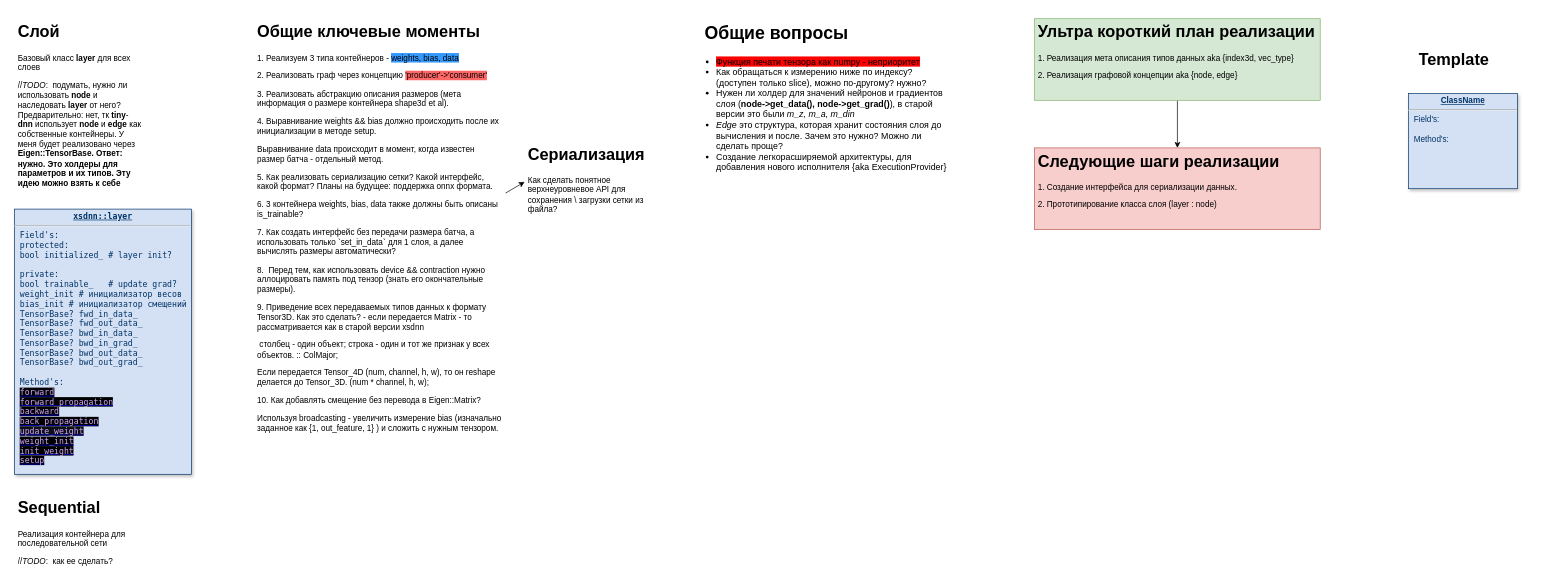
This is page "xsdnn::main" (1 of 10) of logic.drawio from xsdnn/xsdnn, a draw.io file, before an edit. Source tidied: cells renumbered, new cells numbered last; positions are measured from the earlier drawing's top-left corner, leaving out a move shared by most shapes. Both pictures are drawn from the tidied source at 68%, with x=0, y=0 at pixel (14, 18).
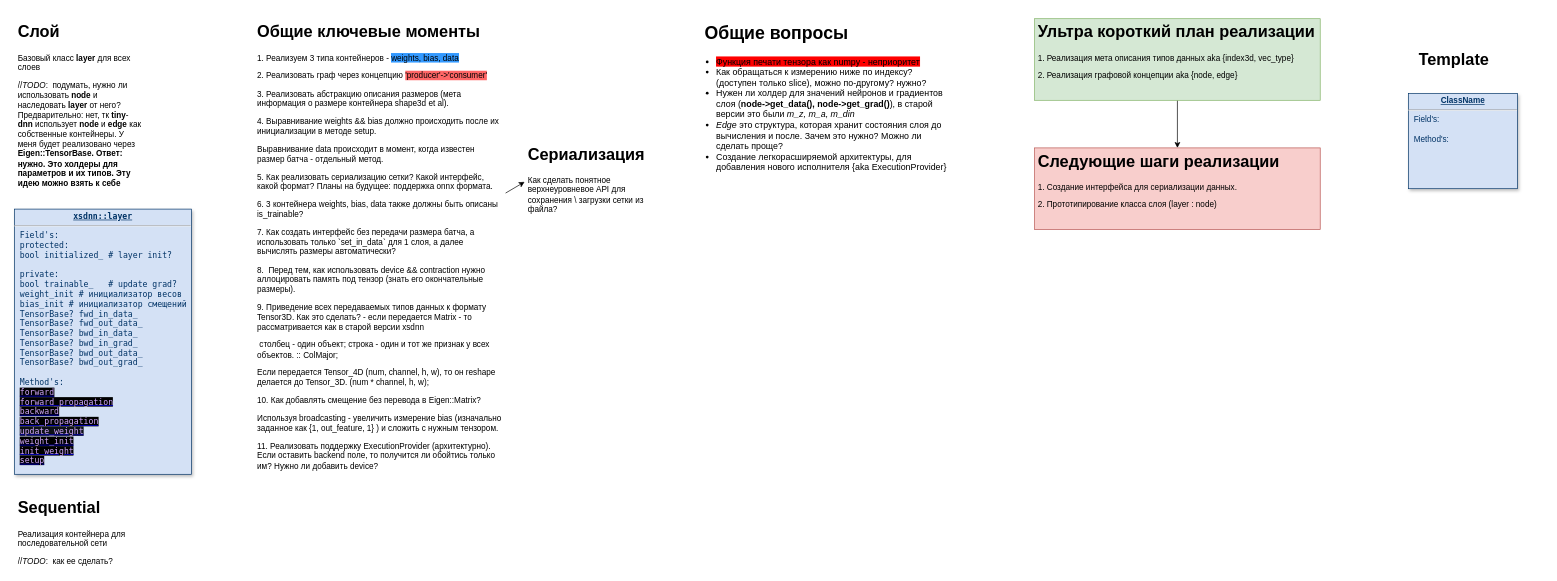
Above is the later version.

The edit, as a diff of the source:
```diff
@@
 <mxGraphModel>
   <root>
     <mxCell id="0" />
     <mxCell id="1" parent="0" />
     <mxCell id="2" value="&lt;p style=&quot;margin: 0px; margin-top: 4px; text-align: center; text-decoration: underline;&quot;&gt;&lt;strong&gt;ClassName&lt;/strong&gt;&lt;/p&gt;&lt;hr&gt;&lt;p style=&quot;margin: 0px; margin-left: 8px;&quot;&gt;Field's:&lt;/p&gt;&lt;p style=&quot;margin: 0px; margin-left: 8px;&quot;&gt;&lt;br&gt;&lt;/p&gt;&lt;p style=&quot;margin: 0px; margin-left: 8px;&quot;&gt;Method's:&lt;/p&gt;" style="verticalAlign=top;align=left;overflow=fill;fontSize=12;fontFamily=Helvetica;html=1;strokeColor=#003366;shadow=1;fillColor=#D4E1F5;fontColor=#003366;" parent="1" vertex="1">
       <mxGeometry x="2050" y="110" width="160" height="140" as="geometry" />
     </mxCell>
     <mxCell id="3" value="&lt;h1&gt;Слой&lt;/h1&gt;&lt;p&gt;Базовый класс &lt;b&gt;layer &lt;/b&gt;для всех слоев&lt;/p&gt;&lt;p&gt;&lt;span style=&quot;text-align: center;&quot;&gt;//&lt;i&gt;TODO&lt;/i&gt;:&amp;nbsp; подумать, нужно ли использовать &lt;b&gt;node&lt;/b&gt; и наследовать &lt;b&gt;layer&lt;/b&gt; от него? Предварительно: нет, тк &lt;b&gt;tiny&lt;/b&gt;-&lt;b&gt;dnn&lt;/b&gt; использует &lt;b&gt;node&lt;/b&gt; и &lt;b&gt;edge&lt;/b&gt; как собственные контейнеры. У меня будет реализовано через &lt;b&gt;Eigen::TensorBase. Ответ: нужно. Это холдеры для параметров и их типов. Эту идею можно взять к себе&lt;/b&gt;&lt;/span&gt;&lt;br&gt;&lt;/p&gt;&lt;p&gt;&lt;br&gt;&lt;/p&gt;" style="text;html=1;strokeColor=none;fillColor=none;spacing=5;spacingTop=-20;whiteSpace=wrap;overflow=hidden;rounded=0;" parent="1" vertex="1">
       <mxGeometry width="190" height="250" as="geometry" />
     </mxCell>
     <mxCell id="4" value="&lt;h1&gt;Template&lt;/h1&gt;" style="text;html=1;strokeColor=none;fillColor=none;spacing=5;spacingTop=-20;whiteSpace=wrap;overflow=hidden;rounded=0;" parent="1" vertex="1">
       <mxGeometry x="2060" y="40" width="190" height="50" as="geometry" />
     </mxCell>
     <mxCell id="5" value="&lt;p style=&quot;margin: 0px; margin-top: 4px; text-align: center; text-decoration: underline;&quot;&gt;&lt;b&gt;xsdnn::layer&lt;/b&gt;&lt;/p&gt;&lt;hr&gt;&lt;p style=&quot;margin: 0px; margin-left: 8px;&quot;&gt;Field's:&lt;/p&gt;&lt;p style=&quot;margin: 0px; margin-left: 8px;&quot;&gt;protected:&lt;/p&gt;&lt;p style=&quot;margin: 0px; margin-left: 8px;&quot;&gt;bool initialized_ # layer init?&lt;/p&gt;&lt;p style=&quot;margin: 0px; margin-left: 8px;&quot;&gt;&lt;br&gt;&lt;/p&gt;&lt;p style=&quot;margin: 0px; margin-left: 8px;&quot;&gt;private:&lt;/p&gt;&lt;p style=&quot;margin: 0px 0px 0px 8px;&quot;&gt;bool trainable_&amp;nbsp; &amp;nbsp;# update grad?&lt;/p&gt;&lt;p style=&quot;margin: 0px 0px 0px 8px;&quot;&gt;weight_init # инициализатор весов&lt;/p&gt;&lt;p style=&quot;margin: 0px 0px 0px 8px;&quot;&gt;bias_init # инициализатор смещений&lt;/p&gt;&lt;p style=&quot;margin: 0px; margin-left: 8px;&quot;&gt;TensorBase? fwd_in_data_&lt;/p&gt;&lt;p style=&quot;margin: 0px; margin-left: 8px;&quot;&gt;TensorBase? fwd_out_data_&lt;br&gt;&lt;/p&gt;&lt;p style=&quot;margin: 0px; margin-left: 8px;&quot;&gt;TensorBase? bwd_in_data_&lt;br&gt;&lt;/p&gt;&lt;p style=&quot;margin: 0px; margin-left: 8px;&quot;&gt;TensorBase? bwd_in_grad_&lt;br&gt;&lt;/p&gt;&lt;p style=&quot;margin: 0px; margin-left: 8px;&quot;&gt;TensorBase? bwd_out_data_&lt;br&gt;&lt;/p&gt;&lt;p style=&quot;margin: 0px; margin-left: 8px;&quot;&gt;TensorBase? bwd_out_grad_&lt;br&gt;&lt;/p&gt;&lt;p style=&quot;margin: 0px; margin-left: 8px;&quot;&gt;&lt;br&gt;&lt;/p&gt;&lt;p style=&quot;margin: 0px; margin-left: 8px;&quot;&gt;Method's:&lt;/p&gt;&lt;p style=&quot;margin: 0px; margin-left: 8px;&quot;&gt;&lt;a href=&quot;data:page/id,acLyr5f8MV2qwVlqdKkI&quot;&gt;&lt;font face=&quot;ui-monospace, SFMono-Regular, SF Mono, Menlo, Consolas, Liberation Mono, monospace&quot; color=&quot;#d2a8ff&quot; style=&quot;background-color: rgb(0, 0, 0);&quot;&gt;forward&lt;/font&gt;&lt;/a&gt;&lt;/p&gt;&lt;p style=&quot;margin: 0px; margin-left: 8px;&quot;&gt;&lt;a href=&quot;data:page/id,P51iXEZZl-BP7aw9WZGj&quot;&gt;&lt;font face=&quot;ui-monospace, SFMono-Regular, SF Mono, Menlo, Consolas, Liberation Mono, monospace&quot; color=&quot;#d2a8ff&quot; style=&quot;background-color: rgb(0, 0, 0);&quot;&gt;forward_propagation&lt;/font&gt;&lt;/a&gt;&lt;/p&gt;&lt;p style=&quot;margin: 0px; margin-left: 8px;&quot;&gt;&lt;a href=&quot;data:page/id,9vZ8QekkStvvB2-BGn0U&quot;&gt;&lt;font face=&quot;ui-monospace, SFMono-Regular, SF Mono, Menlo, Consolas, Liberation Mono, monospace&quot; color=&quot;#d2a8ff&quot; style=&quot;background-color: rgb(0, 0, 0);&quot;&gt;backward&lt;/font&gt;&lt;/a&gt;&lt;/p&gt;&lt;p style=&quot;margin: 0px; margin-left: 8px;&quot;&gt;&lt;a href=&quot;data:page/id,YzGOiIOgP3fO_uxTNOQc&quot;&gt;&lt;font face=&quot;ui-monospace, SFMono-Regular, SF Mono, Menlo, Consolas, Liberation Mono, monospace&quot; color=&quot;#d2a8ff&quot; style=&quot;background-color: rgb(0, 0, 0);&quot;&gt;back_propagation&lt;/font&gt;&lt;/a&gt;&lt;/p&gt;&lt;p style=&quot;margin: 0px; margin-left: 8px;&quot;&gt;&lt;span style=&quot;font-family: ui-monospace, SFMono-Regular, &amp;quot;SF Mono&amp;quot;, Menlo, Consolas, &amp;quot;Liberation Mono&amp;quot;, monospace; background-color: rgb(13, 17, 23);&quot;&gt;&lt;a style=&quot;&quot; href=&quot;data:page/id,1ntwXYWYcS74xLM6uAJB&quot;&gt;&lt;font color=&quot;#d2a8ff&quot;&gt;update_weight&lt;/font&gt;&lt;/a&gt;&lt;/span&gt;&lt;br&gt;&lt;/p&gt;&lt;p style=&quot;margin: 0px; margin-left: 8px;&quot;&gt;&lt;a style=&quot;background-color: rgb(0, 0, 0);&quot; href=&quot;data:page/id,imFPhnd7Cz6RNdqDAHEO&quot;&gt;&lt;font face=&quot;ui-monospace, SFMono-Regular, SF Mono, Menlo, Consolas, Liberation Mono, monospace&quot; color=&quot;#d2a8ff&quot;&gt;weight_init&lt;/font&gt;&lt;/a&gt;&lt;/p&gt;&lt;p style=&quot;margin: 0px; margin-left: 8px;&quot;&gt;&lt;a style=&quot;background-color: rgb(0, 0, 0);&quot; href=&quot;data:page/id,p6dzrHT5QFA6u9v4Chr_&quot;&gt;&lt;font color=&quot;#d2a8ff&quot;&gt;init_weight&lt;/font&gt;&lt;/a&gt;&lt;/p&gt;&lt;p style=&quot;margin: 0px; margin-left: 8px;&quot;&gt;&lt;a style=&quot;background-color: rgb(0, 0, 0);&quot; href=&quot;data:page/id,uzz6QVAgYd6YLyIYvyyA&quot;&gt;&lt;font color=&quot;#d2a8ff&quot;&gt;setup&lt;/font&gt;&lt;/a&gt;&lt;/p&gt;" style="verticalAlign=top;align=left;overflow=fill;fontSize=12;fontFamily=ui-monospace, SFMono-Regular, &quot;SF Mono&quot;, Menlo, Consolas, &quot;Liberation Mono&quot;, monospace;html=1;strokeColor=#003366;shadow=1;fillColor=#D4E1F5;fontColor=#003366;" parent="1" vertex="1">
       <mxGeometry y="280" width="260" height="390" as="geometry" />
     </mxCell>
     <mxCell id="6" value="&lt;h1&gt;Сериализация&lt;/h1&gt;&lt;p&gt;Как сделать понятное верхнеуровневое API для сохранения \ загрузки сетки из файла?&amp;nbsp;&lt;/p&gt;" style="text;html=1;strokeColor=none;fillColor=none;spacing=5;spacingTop=-20;whiteSpace=wrap;overflow=hidden;rounded=0;" parent="1" vertex="1">
       <mxGeometry x="750" y="180" width="190" height="120" as="geometry" />
     </mxCell>
     <mxCell id="7" value="&lt;h1&gt;Общие вопросы&lt;/h1&gt;&lt;p&gt;&lt;br&gt;&lt;/p&gt;" style="text;html=1;strokeColor=none;fillColor=none;spacing=5;spacingTop=-20;whiteSpace=wrap;overflow=hidden;rounded=0;fontSize=13;" parent="1" vertex="1">
       <mxGeometry x="1010" width="270" height="120" as="geometry" />
     </mxCell>
     <mxCell id="8" value="&lt;ul&gt;&lt;li&gt;&lt;span style=&quot;background-color: rgb(255, 0, 0);&quot;&gt;Функция печати тензора как numpy - неприоритет&lt;/span&gt;&lt;/li&gt;&lt;li&gt;Как обращаться к измерению ниже по индексу? (доступен только slice), можно по-другому? нужно?&amp;nbsp;&lt;/li&gt;&lt;li&gt;Нужен ли холдер для значений нейронов и градиентов слоя (&lt;b&gt;node-&amp;gt;get_data(), node-&amp;gt;get_grad()&lt;/b&gt;), в старой версии это были &lt;i&gt;m_z, m_a, m_din&lt;/i&gt;&lt;/li&gt;&lt;li&gt;&lt;i&gt;Edge &lt;/i&gt;это структура, которая хранит состояния слоя до вычисления и после. Зачем это нужно? Можно ли сделать проще?&lt;/li&gt;&lt;li&gt;Создание легкорасширяемой архитектуры, для добавления нового исполнителя {aka ExecutionProvider}&lt;/li&gt;&lt;/ul&gt;" style="text;strokeColor=none;fillColor=none;html=1;whiteSpace=wrap;verticalAlign=middle;overflow=hidden;fontSize=13;" parent="1" vertex="1">
       <mxGeometry x="990" y="40" width="390" height="190" as="geometry" />
     </mxCell>
     <mxCell id="9" value="&lt;h1&gt;Sequential&lt;/h1&gt;&lt;p&gt;Реализация контейнера для&amp;nbsp; последовательной сети&lt;/p&gt;&lt;p&gt;&lt;span style=&quot;text-align: center;&quot;&gt;//&lt;i&gt;TODO&lt;/i&gt;:&amp;nbsp; как ее сделать?&lt;/span&gt;&lt;br&gt;&lt;/p&gt;&lt;p&gt;&lt;br&gt;&lt;/p&gt;" style="text;html=1;strokeColor=none;fillColor=none;spacing=5;spacingTop=-20;whiteSpace=wrap;overflow=hidden;rounded=0;" parent="1" vertex="1">
       <mxGeometry y="700" width="190" height="110" as="geometry" />
     </mxCell>
-    <mxCell id="10" value="&lt;h1&gt;Общие ключевые моменты&lt;/h1&gt;&lt;p&gt;1. Реализуем 3 типа контейнеров - &lt;span style=&quot;background-color: rgb(51, 153, 255);&quot;&gt;weights, bias, data&lt;/span&gt;&lt;/p&gt;&lt;p&gt;2. Реализовать граф через концепцию &lt;span style=&quot;background-color: rgb(255, 102, 102);&quot;&gt;'producer'-&amp;gt;'consumer'&lt;/span&gt;&lt;/p&gt;&lt;p&gt;3. Реализовать абстракцию описания размеров (мета информация о размере контейнера shape3d et al).&amp;nbsp;&lt;/p&gt;&lt;p&gt;4. Выравнивание weights &amp;amp;&amp;amp; bias должно происходить после их инициализации в методе setup.&lt;/p&gt;&lt;p&gt;Выравнивание data происходит в момент, когда известен размер батча - отдельный метод.&lt;/p&gt;&lt;p&gt;5. Как реализовать сериализацию сетки? Какой интерфейс, какой формат? Планы на будущее: поддержка onnx формата.&lt;/p&gt;&lt;p&gt;6. 3 контейнера weights, bias, data также должны быть описаны is_trainable?&amp;nbsp;&lt;/p&gt;&lt;p&gt;7. Как создать интерфейс без передачи размера батча, а использовать только `set_in_data` для 1 слоя, а далее вычислять размеры автоматически?&lt;/p&gt;&lt;p&gt;8.&amp;nbsp; Перед тем, как использовать device &amp;amp;&amp;amp; contraction нужно аллоцировать память под тензор (знать его окончательные размеры).&lt;/p&gt;&lt;p&gt;9. Приведение всех передаваемых типов данных к формату Tensor3D. Как это сделать? - если передается Matrix - то рассматривается как в старой версии xsdnn&lt;/p&gt;&lt;p&gt;&amp;nbsp;столбец - один объект; строка - один и тот же признак у всех объектов. :: ColMajor;&lt;/p&gt;&lt;p&gt;Если передается Tensor_4D (num, channel, h, w), то он reshape делается до Tensor_3D. (num * channel, h, w);&lt;/p&gt;&lt;p&gt;10. Как добавлять смещение без перевода в Eigen::Matrix?&amp;nbsp;&lt;/p&gt;&lt;p&gt;Используя broadcasting - увеличить измерение bias (изначально заданное как {1, out_feature, 1} ) и сложить с нужным тензором.&amp;nbsp;&lt;/p&gt;" style="text;html=1;strokeColor=none;fillColor=none;spacing=5;spacingTop=-20;whiteSpace=wrap;overflow=hidden;rounded=0;" parent="1" vertex="1">
+    <mxCell id="10" value="&lt;h1&gt;Общие ключевые моменты&lt;/h1&gt;&lt;p&gt;1. Реализуем 3 типа контейнеров - &lt;span style=&quot;background-color: rgb(51, 153, 255);&quot;&gt;weights, bias, data&lt;/span&gt;&lt;/p&gt;&lt;p&gt;2. Реализовать граф через концепцию &lt;span style=&quot;background-color: rgb(255, 102, 102);&quot;&gt;'producer'-&amp;gt;'consumer'&lt;/span&gt;&lt;/p&gt;&lt;p&gt;3. Реализовать абстракцию описания размеров (мета информация о размере контейнера shape3d et al).&amp;nbsp;&lt;/p&gt;&lt;p&gt;4. Выравнивание weights &amp;amp;&amp;amp; bias должно происходить после их инициализации в методе setup.&lt;/p&gt;&lt;p&gt;Выравнивание data происходит в момент, когда известен размер батча - отдельный метод.&lt;/p&gt;&lt;p&gt;5. Как реализовать сериализацию сетки? Какой интерфейс, какой формат? Планы на будущее: поддержка onnx формата.&lt;/p&gt;&lt;p&gt;6. 3 контейнера weights, bias, data также должны быть описаны is_trainable?&amp;nbsp;&lt;/p&gt;&lt;p&gt;7. Как создать интерфейс без передачи размера батча, а использовать только `set_in_data` для 1 слоя, а далее вычислять размеры автоматически?&lt;/p&gt;&lt;p&gt;8.&amp;nbsp; Перед тем, как использовать device &amp;amp;&amp;amp; contraction нужно аллоцировать память под тензор (знать его окончательные размеры).&lt;/p&gt;&lt;p&gt;9. Приведение всех передаваемых типов данных к формату Tensor3D. Как это сделать? - если передается Matrix - то рассматривается как в старой версии xsdnn&lt;/p&gt;&lt;p&gt;&amp;nbsp;столбец - один объект; строка - один и тот же признак у всех объектов. :: ColMajor;&lt;/p&gt;&lt;p&gt;Если передается Tensor_4D (num, channel, h, w), то он reshape делается до Tensor_3D. (num * channel, h, w);&lt;/p&gt;&lt;p&gt;10. Как добавлять смещение без перевода в Eigen::Matrix?&amp;nbsp;&lt;/p&gt;&lt;p&gt;Используя broadcasting - увеличить измерение bias (изначально заданное как {1, out_feature, 1} ) и сложить с нужным тензором.&amp;nbsp;&lt;/p&gt;&lt;p&gt;11. Реализовать поддержку ExecutionProvider (архитектурно). Если оставить backend поле, то получится ли обойтись только им? Нужно ли добавить device?&lt;/p&gt;" style="text;html=1;strokeColor=none;fillColor=none;spacing=5;spacingTop=-20;whiteSpace=wrap;overflow=hidden;rounded=0;" parent="1" vertex="1">
       <mxGeometry x="352" width="370" height="730" as="geometry" />
     </mxCell>
     <mxCell id="11" style="edgeStyle=orthogonalEdgeStyle;rounded=0;jettySize=auto;html=1;" parent="1" edge="1" source="12" target="14">
       <mxGeometry relative="1" as="geometry" />
     </mxCell>
     <mxCell id="12" value="&lt;h1&gt;Ультра короткий план реализации&lt;/h1&gt;&lt;p&gt;1. Реализация мета описания типов данных aka {index3d, vec_type}&lt;/p&gt;&lt;p&gt;2. Реализация графовой концепции aka {node, edge}&lt;/p&gt;" style="text;html=1;spacing=5;spacingTop=-20;whiteSpace=wrap;overflow=hidden;rounded=0;labelBackgroundColor=none;fillColor=#d5e8d4;strokeColor=#82b366;" parent="1" vertex="1">
       <mxGeometry x="1500" width="420" height="120" as="geometry" />
     </mxCell>
     <mxCell id="13" style="endArrow=classic;html=1;rounded=0;entryX=0;entryY=0.5;entryDx=0;entryDy=0;" parent="1" edge="1" source="10" target="6">
       <mxGeometry relative="1" as="geometry" />
     </mxCell>
     <mxCell id="14" value="&lt;h1&gt;Следующие шаги реализации&lt;/h1&gt;&lt;p&gt;1. Создание интерфейса для сериализации данных.&amp;nbsp;&lt;br&gt;&lt;/p&gt;&lt;p&gt;2. Прототипирование класса слоя (layer : node)&lt;/p&gt;" style="text;html=1;spacing=5;spacingTop=-20;whiteSpace=wrap;overflow=hidden;rounded=0;labelBackgroundColor=none;fillColor=#f8cecc;strokeColor=#b85450;" parent="1" vertex="1">
       <mxGeometry x="1500" y="190" width="420" height="120" as="geometry" />
     </mxCell>
   </root>
 </mxGraphModel>
```
